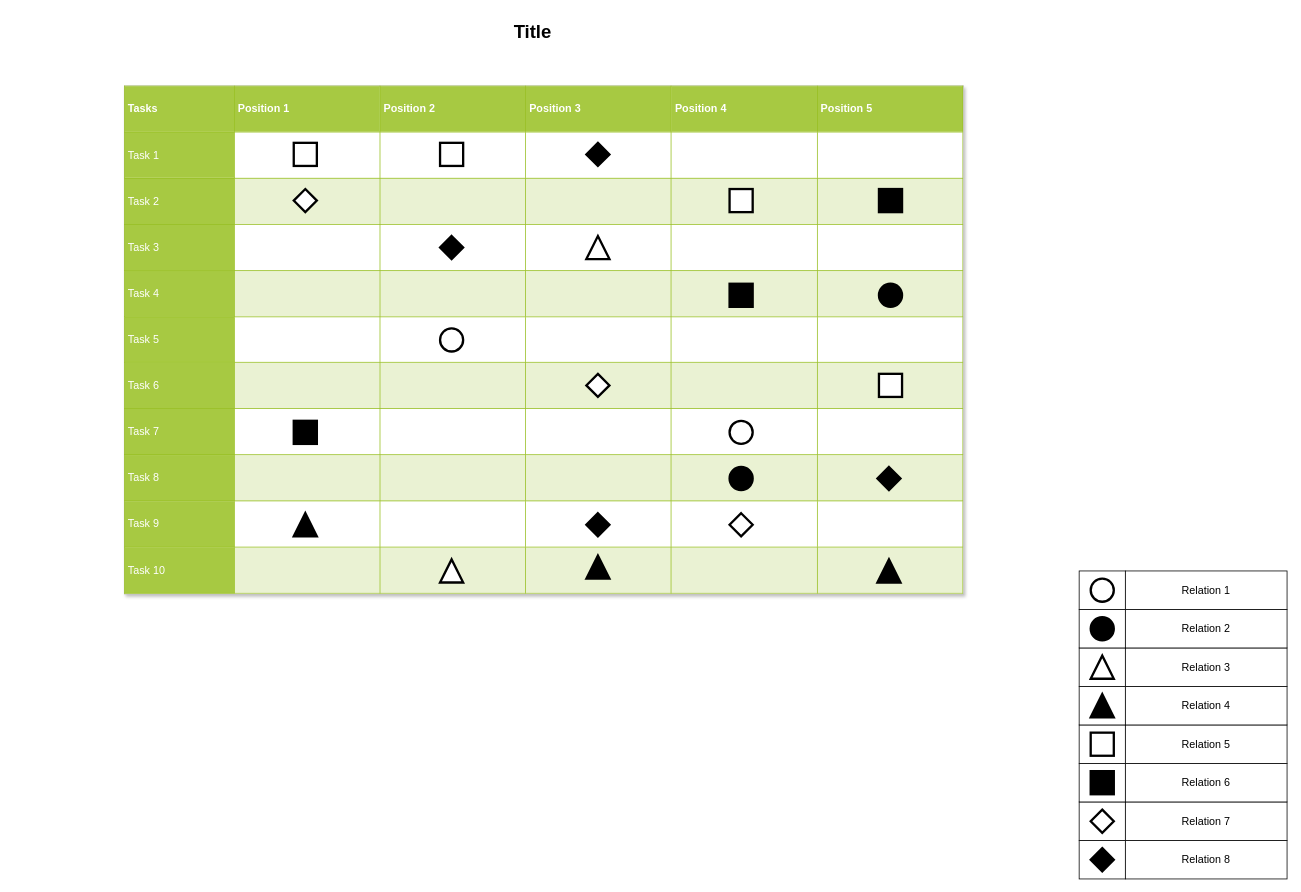
The draw.io diagram doc/endpoints.drawio in essayNEXT/REPETITOR, before the edit. Source tidied: cells renumbered, new cells numbered last; positions are measured from the earlier drawing's top-left corner, leaving out a move shared by most shapes. Both pictures are drawn from the tidied source at 77%, with x=0, y=0 at pixel (124, 16).
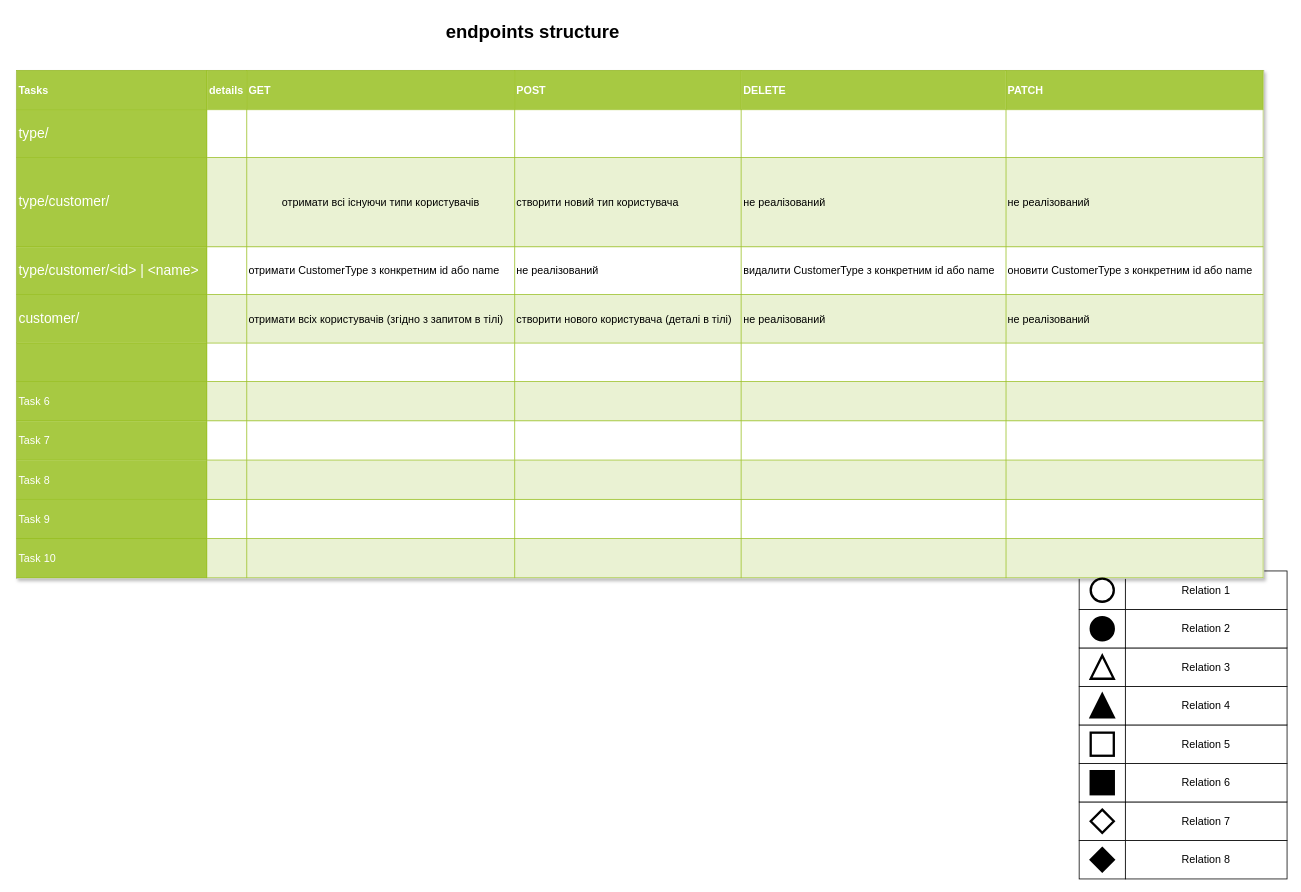
The same diagram, later.

What changed in the source:
```diff
@@
-    <mxCell id="19" value="&lt;table border=&quot;1&quot; width=&quot;100%&quot; cellpadding=&quot;4&quot; style=&quot;width: 100% ; height: 100% ; border-collapse: collapse&quot;&gt;&lt;tbody&gt;&lt;tr style=&quot;background-color: #a7c942 ; color: #ffffff ; border: 1px solid #98bf21&quot;&gt;&lt;th&gt;Tasks&lt;/th&gt;&lt;th&gt;Position 1&lt;/th&gt;&lt;th&gt;Position 2&lt;/th&gt;&lt;th&gt;Position 3&lt;/th&gt;&lt;th&gt;Position 4&lt;/th&gt;&lt;th&gt;Position 5&lt;/th&gt;&lt;/tr&gt;&lt;tr style=&quot;border: 1px solid #98bf21&quot;&gt;&lt;td style=&quot;background-color: #a7c942 ; color: #ffffff ; border: 1px solid #98bf21&quot;&gt;Task 1&lt;/td&gt;&lt;td&gt;&lt;/td&gt;&lt;td&gt;&lt;/td&gt;&lt;td&gt;&lt;br&gt;&lt;/td&gt;&lt;td&gt;&lt;br&gt;&lt;/td&gt;&lt;td&gt;&lt;br&gt;&lt;/td&gt;&lt;/tr&gt;&lt;tr style=&quot;background-color: #eaf2d3 ; border: 1px solid #98bf21&quot;&gt;&lt;td style=&quot;background-color: #a7c942 ; color: #ffffff ; border: 1px solid #98bf21&quot;&gt;Task 2&lt;/td&gt;&lt;td&gt;&lt;/td&gt;&lt;td&gt;&lt;/td&gt;&lt;td&gt;&lt;br&gt;&lt;/td&gt;&lt;td&gt;&lt;br&gt;&lt;/td&gt;&lt;td&gt;&lt;br&gt;&lt;/td&gt;&lt;/tr&gt;&lt;tr style=&quot;border: 1px solid #98bf21&quot;&gt;&lt;td style=&quot;background-color: #a7c942 ; color: #ffffff ; border: 1px solid #98bf21&quot;&gt;Task 3&lt;/td&gt;&lt;td&gt;&lt;/td&gt;&lt;td&gt;&lt;/td&gt;&lt;td&gt;&lt;br&gt;&lt;/td&gt;&lt;td&gt;&lt;br&gt;&lt;/td&gt;&lt;td&gt;&lt;br&gt;&lt;/td&gt;&lt;/tr&gt;&lt;tr style=&quot;background-color: #eaf2d3 ; border: 1px solid #98bf21&quot;&gt;&lt;td style=&quot;background-color: #a7c942 ; color: #ffffff ; border: 1px solid #98bf21&quot;&gt;Task 4&lt;/td&gt;&lt;td&gt;&lt;/td&gt;&lt;td&gt;&lt;/td&gt;&lt;td&gt;&lt;br&gt;&lt;/td&gt;&lt;td&gt;&lt;br&gt;&lt;/td&gt;&lt;td&gt;&lt;br&gt;&lt;/td&gt;&lt;/tr&gt;&lt;tr style=&quot;border: 1px solid #98bf21&quot;&gt;&lt;td style=&quot;background-color: #a7c942 ; color: #ffffff ; border: 1px solid #98bf21&quot;&gt;Task 5&lt;br&gt;&lt;/td&gt;&lt;td&gt;&lt;br&gt;&lt;/td&gt;&lt;td&gt;&lt;br&gt;&lt;/td&gt;&lt;td&gt;&lt;br&gt;&lt;/td&gt;&lt;td&gt;&lt;br&gt;&lt;/td&gt;&lt;td&gt;&lt;br&gt;&lt;/td&gt;&lt;/tr&gt;&lt;tr style=&quot;background-color: #eaf2d3 ; border: 1px solid #98bf21&quot;&gt;&lt;td style=&quot;background-color: #a7c942 ; color: #ffffff ; border: 1px solid #98bf21&quot;&gt;Task 6&lt;br&gt;&lt;/td&gt;&lt;td&gt;&lt;br&gt;&lt;/td&gt;&lt;td&gt;&lt;br&gt;&lt;/td&gt;&lt;td&gt;&lt;br&gt;&lt;/td&gt;&lt;td&gt;&lt;br&gt;&lt;/td&gt;&lt;td&gt;&lt;br&gt;&lt;/td&gt;&lt;/tr&gt;&lt;tr style=&quot;border: 1px solid #98bf21&quot;&gt;&lt;td style=&quot;background-color: #a7c942 ; color: #ffffff ; border: 1px solid #98bf21&quot;&gt;Task 7&lt;br&gt;&lt;/td&gt;&lt;td&gt;&lt;br&gt;&lt;/td&gt;&lt;td&gt;&lt;br&gt;&lt;/td&gt;&lt;td&gt;&lt;br&gt;&lt;/td&gt;&lt;td&gt;&lt;br&gt;&lt;/td&gt;&lt;td&gt;&lt;br&gt;&lt;/td&gt;&lt;/tr&gt;&lt;tr style=&quot;background-color: #eaf2d3 ; border: 1px solid #98bf21&quot;&gt;&lt;td style=&quot;background-color: #a7c942 ; color: #ffffff ; border: 1px solid #98bf21&quot;&gt;Task 8&lt;br&gt;&lt;/td&gt;&lt;td&gt;&lt;br&gt;&lt;/td&gt;&lt;td&gt;&lt;br&gt;&lt;/td&gt;&lt;td&gt;&lt;br&gt;&lt;/td&gt;&lt;td&gt;&lt;br&gt;&lt;/td&gt;&lt;td&gt;&lt;br&gt;&lt;/td&gt;&lt;/tr&gt;&lt;tr style=&quot;border: 1px solid #98bf21&quot;&gt;&lt;td style=&quot;background-color: #a7c942 ; color: #ffffff ; border: 1px solid #98bf21&quot;&gt;Task 9&lt;br&gt;&lt;/td&gt;&lt;td&gt;&lt;br&gt;&lt;/td&gt;&lt;td&gt;&lt;br&gt;&lt;/td&gt;&lt;td&gt;&lt;br&gt;&lt;/td&gt;&lt;td&gt;&lt;br&gt;&lt;/td&gt;&lt;td&gt;&lt;br&gt;&lt;/td&gt;&lt;/tr&gt;&lt;tr style=&quot;background-color: #eaf2d3 ; border: 1px solid #98bf21&quot;&gt;&lt;td style=&quot;background-color: #a7c942 ; color: #ffffff ; border: 1px solid #98bf21&quot;&gt;Task 10&lt;br&gt;&lt;/td&gt;&lt;td&gt;&lt;br&gt;&lt;/td&gt;&lt;td&gt;&lt;br&gt;&lt;/td&gt;&lt;td&gt;&lt;br&gt;&lt;/td&gt;&lt;td&gt;&lt;br&gt;&lt;/td&gt;&lt;td&gt;&lt;br&gt;&lt;/td&gt;&lt;/tr&gt;&lt;/tbody&gt;&lt;/table&gt;" style="text;html=1;strokeColor=#c0c0c0;fillColor=#ffffff;overflow=fill;rounded=0;shadow=1;fontSize=14;fontColor=#000000;" parent="1" vertex="1">
-      <mxGeometry y="90" width="1090" height="660" as="geometry" />
+    <mxCell id="19" value="&lt;table border=&quot;1&quot; width=&quot;100%&quot; cellpadding=&quot;2&quot; style=&quot;width: 100% ; height: 100% ; border-collapse: collapse&quot;&gt;&lt;tbody&gt;&lt;tr style=&quot;background-color: #a7c942 ; color: #ffffff ; border: 1px solid #98bf21&quot;&gt;&lt;th&gt;Tasks&lt;/th&gt;&lt;th&gt;details&lt;/th&gt;&lt;th&gt;GET&lt;/th&gt;&lt;th&gt;POST&lt;/th&gt;&lt;th&gt;DELETE&lt;/th&gt;&lt;th&gt;PATCH&lt;/th&gt;&lt;/tr&gt;&lt;tr style=&quot;border: 1px solid #98bf21&quot;&gt;&lt;td style=&quot;background-color: #a7c942 ; color: #ffffff ; border: 1px solid #98bf21&quot;&gt;&lt;font style=&quot;font-size: 18px;&quot;&gt;type/&lt;/font&gt;&lt;/td&gt;&lt;td&gt;&lt;/td&gt;&lt;td&gt;&lt;/td&gt;&lt;td&gt;&lt;br&gt;&lt;/td&gt;&lt;td&gt;&lt;br&gt;&lt;/td&gt;&lt;td&gt;&lt;br&gt;&lt;/td&gt;&lt;/tr&gt;&lt;tr style=&quot;background-color: #eaf2d3 ; border: 1px solid #98bf21&quot;&gt;&lt;td style=&quot;background-color: #a7c942 ; color: #ffffff ; border: 1px solid #98bf21&quot;&gt;&lt;font style=&quot;font-size: 18px;&quot;&gt;type/customer/&lt;/font&gt;&lt;/td&gt;&lt;td&gt;&lt;/td&gt;&lt;td style=&quot;text-align: center;&quot;&gt;&lt;p&gt;отримати всі існуючи типи користувачів&lt;/p&gt;&lt;/td&gt;&lt;td&gt;створити новий тип користувача&lt;/td&gt;&lt;td&gt;не реалізований&lt;/td&gt;&lt;td&gt;не реалізований&lt;/td&gt;&lt;/tr&gt;&lt;tr style=&quot;border: 1px solid #98bf21&quot;&gt;&lt;td style=&quot;background-color: #a7c942 ; color: #ffffff ; border: 1px solid #98bf21&quot;&gt;&lt;font style=&quot;font-size: 18px;&quot;&gt;type/customer/&amp;lt;id&amp;gt; | &amp;lt;name&amp;gt;&lt;/font&gt;&lt;/td&gt;&lt;td&gt;&lt;/td&gt;&lt;td&gt;отримати CustomerType з конкретним id або name&lt;/td&gt;&lt;td&gt;не реалізований&lt;/td&gt;&lt;td&gt;видалити CustomerType з конкретним id або name&lt;/td&gt;&lt;td&gt;оновити CustomerType з конкретним id або name&lt;/td&gt;&lt;/tr&gt;&lt;tr style=&quot;background-color: #eaf2d3 ; border: 1px solid #98bf21&quot;&gt;&lt;td style=&quot;background-color: #a7c942 ; color: #ffffff ; border: 1px solid #98bf21&quot;&gt;&lt;font style=&quot;font-size: 18px;&quot;&gt;customer/&lt;/font&gt;&lt;/td&gt;&lt;td&gt;&lt;/td&gt;&lt;td&gt;отримати всіх користувачів (згідно з запитом в тілі)&lt;/td&gt;&lt;td&gt;створити нового користувача (деталі в тілі)&lt;/td&gt;&lt;td&gt;не реалізований&lt;/td&gt;&lt;td&gt;не реалізований&lt;/td&gt;&lt;/tr&gt;&lt;tr style=&quot;border: 1px solid #98bf21&quot;&gt;&lt;td style=&quot;background-color: #a7c942 ; color: #ffffff ; border: 1px solid #98bf21&quot;&gt;&lt;br&gt;&lt;/td&gt;&lt;td&gt;&lt;br&gt;&lt;/td&gt;&lt;td&gt;&lt;br&gt;&lt;/td&gt;&lt;td&gt;&lt;br&gt;&lt;/td&gt;&lt;td&gt;&lt;br&gt;&lt;/td&gt;&lt;td&gt;&lt;br&gt;&lt;/td&gt;&lt;/tr&gt;&lt;tr style=&quot;background-color: #eaf2d3 ; border: 1px solid #98bf21&quot;&gt;&lt;td style=&quot;background-color: #a7c942 ; color: #ffffff ; border: 1px solid #98bf21&quot;&gt;Task 6&lt;br&gt;&lt;/td&gt;&lt;td&gt;&lt;br&gt;&lt;/td&gt;&lt;td&gt;&lt;br&gt;&lt;/td&gt;&lt;td&gt;&lt;br&gt;&lt;/td&gt;&lt;td&gt;&lt;br&gt;&lt;/td&gt;&lt;td&gt;&lt;br&gt;&lt;/td&gt;&lt;/tr&gt;&lt;tr style=&quot;border: 1px solid #98bf21&quot;&gt;&lt;td style=&quot;background-color: #a7c942 ; color: #ffffff ; border: 1px solid #98bf21&quot;&gt;Task 7&lt;br&gt;&lt;/td&gt;&lt;td&gt;&lt;br&gt;&lt;/td&gt;&lt;td&gt;&lt;br&gt;&lt;/td&gt;&lt;td&gt;&lt;br&gt;&lt;/td&gt;&lt;td&gt;&lt;br&gt;&lt;/td&gt;&lt;td&gt;&lt;br&gt;&lt;/td&gt;&lt;/tr&gt;&lt;tr style=&quot;background-color: #eaf2d3 ; border: 1px solid #98bf21&quot;&gt;&lt;td style=&quot;background-color: #a7c942 ; color: #ffffff ; border: 1px solid #98bf21&quot;&gt;Task 8&lt;br&gt;&lt;/td&gt;&lt;td&gt;&lt;br&gt;&lt;/td&gt;&lt;td&gt;&lt;br&gt;&lt;/td&gt;&lt;td&gt;&lt;br&gt;&lt;/td&gt;&lt;td&gt;&lt;br&gt;&lt;/td&gt;&lt;td&gt;&lt;br&gt;&lt;/td&gt;&lt;/tr&gt;&lt;tr style=&quot;border: 1px solid #98bf21&quot;&gt;&lt;td style=&quot;background-color: #a7c942 ; color: #ffffff ; border: 1px solid #98bf21&quot;&gt;Task 9&lt;br&gt;&lt;/td&gt;&lt;td&gt;&lt;br&gt;&lt;/td&gt;&lt;td&gt;&lt;br&gt;&lt;/td&gt;&lt;td&gt;&lt;br&gt;&lt;/td&gt;&lt;td&gt;&lt;br&gt;&lt;/td&gt;&lt;td&gt;&lt;br&gt;&lt;/td&gt;&lt;/tr&gt;&lt;tr style=&quot;background-color: #eaf2d3 ; border: 1px solid #98bf21&quot;&gt;&lt;td style=&quot;background-color: #a7c942 ; color: #ffffff ; border: 1px solid #98bf21&quot;&gt;Task 10&lt;br&gt;&lt;/td&gt;&lt;td&gt;&lt;br&gt;&lt;/td&gt;&lt;td&gt;&lt;br&gt;&lt;/td&gt;&lt;td&gt;&lt;br&gt;&lt;/td&gt;&lt;td&gt;&lt;br&gt;&lt;/td&gt;&lt;td&gt;&lt;br&gt;&lt;/td&gt;&lt;/tr&gt;&lt;/tbody&gt;&lt;/table&gt;" style="text;html=1;strokeColor=#c0c0c0;fillColor=#ffffff;overflow=fill;rounded=0;shadow=1;fontSize=14;fontColor=#000000;" parent="1" vertex="1">
+      <mxGeometry x="-140" y="70" width="1620" height="660" as="geometry" />
     </mxCell>
-    <mxCell id="20" value="Title" style="text;strokeColor=none;fillColor=none;html=1;fontSize=24;fontStyle=1;verticalAlign=middle;align=center;rounded=0;shadow=1;" parent="1" vertex="1">
+    <mxCell id="20" value="endpoints structure" style="text;strokeColor=none;fillColor=none;html=1;fontSize=24;fontStyle=1;verticalAlign=middle;align=center;rounded=0;shadow=1;" parent="1" vertex="1">
       <mxGeometry x="140" width="780" height="40" as="geometry" />
     </mxCell>
@@
-    <mxCell id="28" style="ellipse;whiteSpace=wrap;html=1;rounded=0;shadow=0;strokeWidth=3;fontSize=14;" parent="1" vertex="1">
-      <mxGeometry x="786" y="525" width="30" height="30" as="geometry" />
-    </mxCell>
-    <mxCell id="29" style="ellipse;whiteSpace=wrap;html=1;rounded=0;shadow=0;strokeWidth=3;fontSize=14;" parent="1" vertex="1">
-      <mxGeometry x="410" y="405" width="30" height="30" as="geometry" />
-    </mxCell>
-    <mxCell id="30" style="ellipse;whiteSpace=wrap;html=1;rounded=0;shadow=0;strokeWidth=3;fontSize=14;fillColor=#000000;" parent="1" vertex="1">
-      <mxGeometry x="980" y="347" width="30" height="30" as="geometry" />
-    </mxCell>
-    <mxCell id="31" style="ellipse;whiteSpace=wrap;html=1;rounded=0;shadow=0;strokeWidth=3;fontSize=14;fillColor=#000000;" parent="1" vertex="1">
-      <mxGeometry x="786" y="585" width="30" height="30" as="geometry" />
-    </mxCell>
-    <mxCell id="32" style="triangle;whiteSpace=wrap;html=1;rounded=0;shadow=0;strokeWidth=3;fontSize=14;direction=north;" parent="1" vertex="1">
-      <mxGeometry x="410" y="705" width="30" height="30" as="geometry" />
-    </mxCell>
-    <mxCell id="33" style="triangle;whiteSpace=wrap;html=1;rounded=0;shadow=0;strokeWidth=3;fontSize=14;direction=north;" parent="1" vertex="1">
-      <mxGeometry x="600" y="285" width="30" height="30" as="geometry" />
-    </mxCell>
-    <mxCell id="34" style="triangle;whiteSpace=wrap;html=1;rounded=0;shadow=0;strokeWidth=3;fillColor=#000000;fontSize=14;direction=north;" parent="1" vertex="1">
-      <mxGeometry x="978" y="705" width="30" height="30" as="geometry" />
-    </mxCell>
-    <mxCell id="35" style="triangle;whiteSpace=wrap;html=1;rounded=0;shadow=0;strokeWidth=3;fillColor=#000000;fontSize=14;direction=north;" parent="1" vertex="1">
-      <mxGeometry x="600" y="700" width="30" height="30" as="geometry" />
-    </mxCell>
-    <mxCell id="36" style="triangle;whiteSpace=wrap;html=1;rounded=0;shadow=0;strokeWidth=3;fillColor=#000000;fontSize=14;direction=north;" parent="1" vertex="1">
-      <mxGeometry x="220" y="645" width="30" height="30" as="geometry" />
-    </mxCell>
-    <mxCell id="37" style="whiteSpace=wrap;html=1;rounded=0;shadow=0;strokeWidth=3;fontSize=14;" parent="1" vertex="1">
-      <mxGeometry x="220" y="164" width="30" height="30" as="geometry" />
-    </mxCell>
-    <mxCell id="38" style="whiteSpace=wrap;html=1;rounded=0;shadow=0;strokeWidth=3;fontSize=14;" parent="1" vertex="1">
-      <mxGeometry x="410" y="164" width="30" height="30" as="geometry" />
-    </mxCell>
-    <mxCell id="39" style="whiteSpace=wrap;html=1;rounded=0;shadow=0;strokeWidth=3;fontSize=14;" parent="1" vertex="1">
-      <mxGeometry x="786" y="224" width="30" height="30" as="geometry" />
-    </mxCell>
-    <mxCell id="40" style="whiteSpace=wrap;html=1;rounded=0;shadow=0;strokeWidth=3;fillColor=#ffffff;fontSize=14;" parent="1" vertex="1">
-      <mxGeometry x="980" y="464" width="30" height="30" as="geometry" />
-    </mxCell>
-    <mxCell id="41" style="whiteSpace=wrap;html=1;rounded=0;shadow=0;strokeWidth=3;fillColor=#000000;fontSize=14;" parent="1" vertex="1">
-      <mxGeometry x="220" y="525" width="30" height="30" as="geometry" />
-    </mxCell>
-    <mxCell id="42" style="whiteSpace=wrap;html=1;rounded=0;shadow=0;strokeWidth=3;fillColor=#000000;fontSize=14;" parent="1" vertex="1">
-      <mxGeometry x="786" y="347" width="30" height="30" as="geometry" />
-    </mxCell>
-    <mxCell id="43" style="whiteSpace=wrap;html=1;rounded=0;shadow=0;strokeWidth=3;fillColor=#000000;fontSize=14;" parent="1" vertex="1">
-      <mxGeometry x="980" y="224" width="30" height="30" as="geometry" />
-    </mxCell>
-    <mxCell id="44" style="rhombus;whiteSpace=wrap;html=1;rounded=0;shadow=0;strokeWidth=3;fontSize=14;" parent="1" vertex="1">
-      <mxGeometry x="600" y="464" width="30" height="30" as="geometry" />
-    </mxCell>
-    <mxCell id="45" style="rhombus;whiteSpace=wrap;html=1;rounded=0;shadow=0;strokeWidth=3;fontSize=14;" parent="1" vertex="1">
-      <mxGeometry x="220" y="224" width="30" height="30" as="geometry" />
-    </mxCell>
-    <mxCell id="46" style="rhombus;whiteSpace=wrap;html=1;rounded=0;shadow=0;strokeWidth=3;fontSize=14;" parent="1" vertex="1">
-      <mxGeometry x="786" y="645" width="30" height="30" as="geometry" />
-    </mxCell>
-    <mxCell id="47" style="rhombus;whiteSpace=wrap;html=1;rounded=0;shadow=0;strokeWidth=3;fillColor=#000000;fontSize=14;" parent="1" vertex="1">
-      <mxGeometry x="978" y="585" width="30" height="30" as="geometry" />
-    </mxCell>
-    <mxCell id="48" style="rhombus;whiteSpace=wrap;html=1;rounded=0;shadow=0;strokeWidth=3;fillColor=#000000;fontSize=14;" parent="1" vertex="1">
-      <mxGeometry x="410" y="285" width="30" height="30" as="geometry" />
-    </mxCell>
-    <mxCell id="49" style="rhombus;whiteSpace=wrap;html=1;rounded=0;shadow=0;strokeWidth=3;fillColor=#000000;fontSize=14;" parent="1" vertex="1">
-      <mxGeometry x="600" y="164" width="30" height="30" as="geometry" />
-    </mxCell>
-    <mxCell id="50" style="rhombus;whiteSpace=wrap;html=1;rounded=0;shadow=0;strokeWidth=3;fillColor=#000000;fontSize=14;" parent="1" vertex="1">
-      <mxGeometry x="600" y="645" width="30" height="30" as="geometry" />
-    </mxCell>
```
